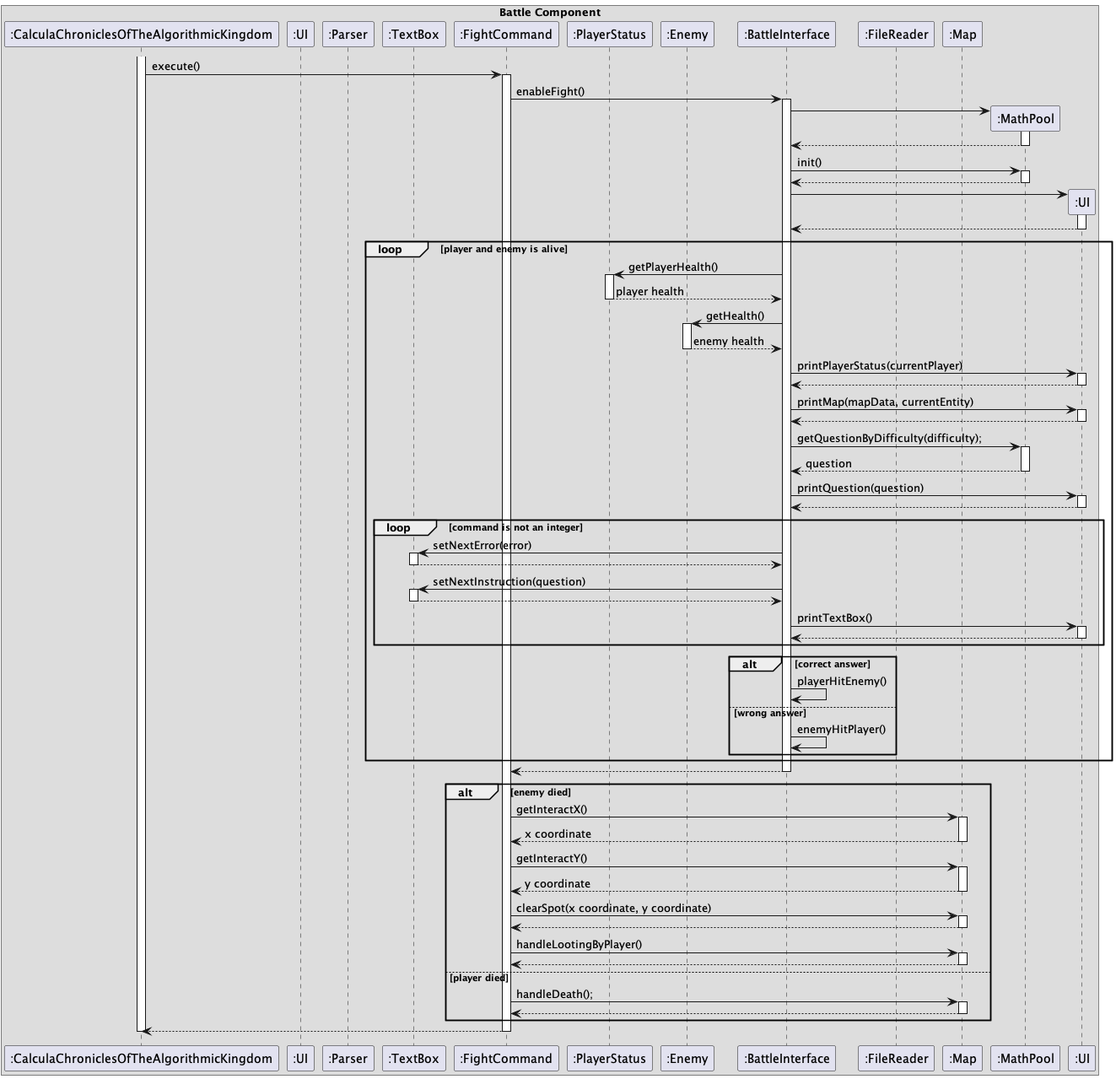
Before: picture/BattleInterface.png, a diagram exported from PlantUML (aaravrawal52/tp).
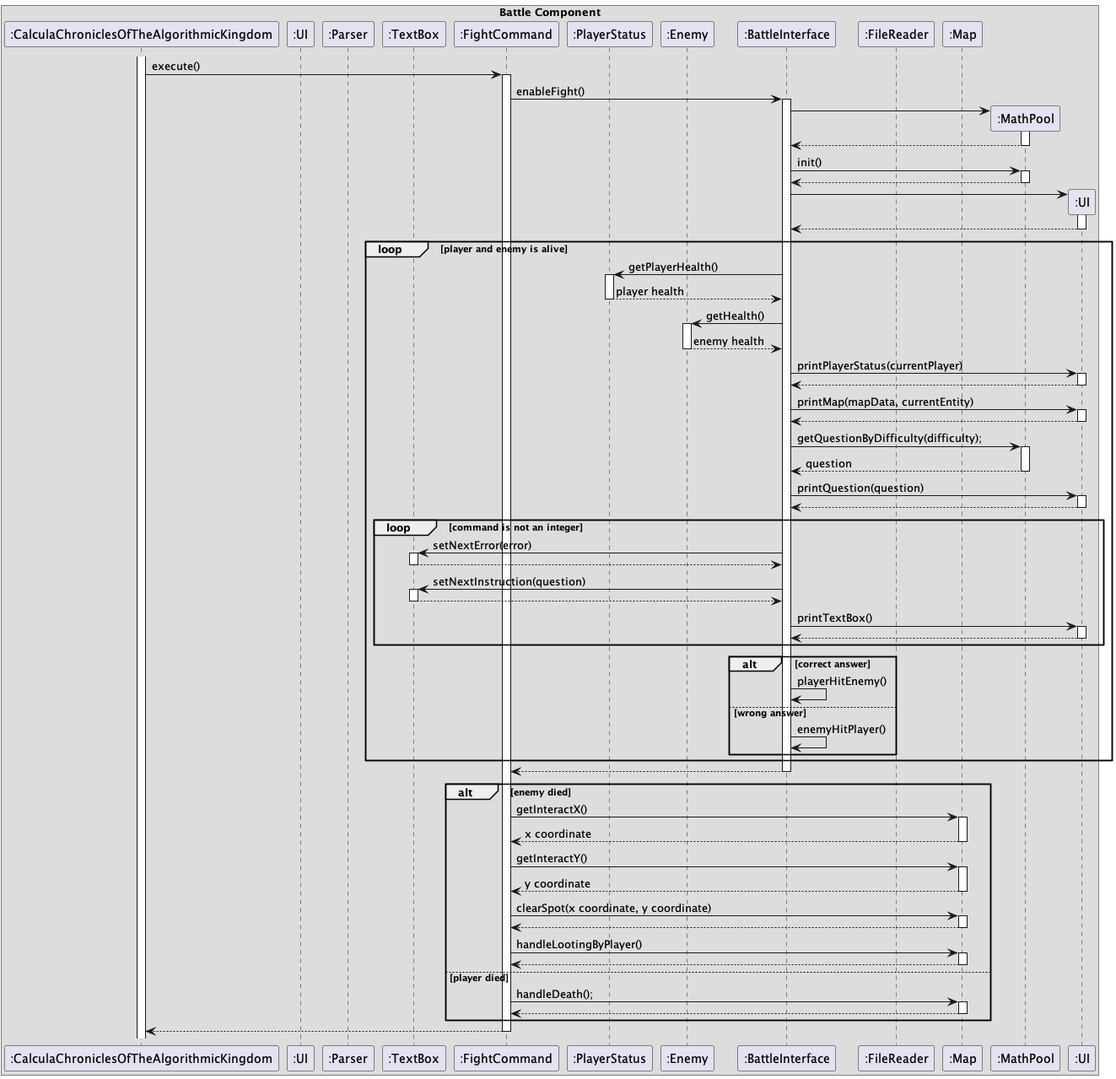
The same diagram one commit later.

Commit message:
Fix battle interface diagram

The edit, as a diff of the source:
```diff
@@ -104,7 +104,7 @@
 end
 f --> main
 deactivate f
-deactivate main
+
 
 
 end box
```
